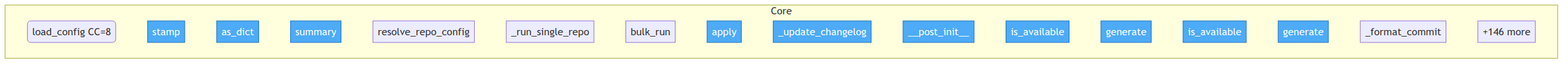
Before: project/flow.png, a diagram exported from Mermaid (semcod/taskill). Its source is kept beside it as project/flow.mmd.
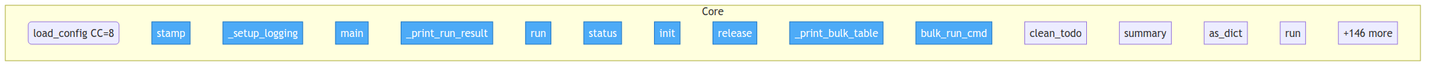
The same diagram one commit later.

What changed in the source:
```diff
@@ -5,20 +5,20 @@
     subgraph Core
         src__taskill__config__load_config("load_config CC=8")
         src__taskill__state__TaskillState__stamp["stamp"]
-        src__taskill__bulk__BulkResult__as_dict["as_dict"]
-        src__taskill__bulk__BulkResult__summary["summary"]
-        src__taskill__bulk__resolve_repo_config["resolve_repo_config"]
-        src__taskill__bulk___run_single_repo["_run_single_repo"]
-        src__taskill__bulk__bulk_run["bulk_run"]
-        src__taskill__updaters__changelog__ChangelogUpdater__apply["apply"]
-        src__taskill__updaters__changelog__ChangelogUpdater___update_changelog["_update_changelog"]
-        src__taskill__providers__base__GeneratedDocs____post_init__["__post_init__"]
-        src__taskill__providers__base__Provider__is_available["is_available"]
-        src__taskill__providers__base__Provider__generate["generate"]
-        src__taskill__providers__algorithmic__AlgorithmicProvider__is_available["is_available"]
-        src__taskill__providers__algorithmic__AlgorithmicProvider__generate["generate"]
-        src__taskill__providers__algorithmic__AlgorithmicProvider___format_commit["_format_commit"]
+        src__taskill__cli___setup_logging["_setup_logging"]
+        src__taskill__cli__main["main"]
+        src__taskill__cli___print_run_result["_print_run_result"]
+        src__taskill__cli__run["run"]
+        src__taskill__cli__status["status"]
+        src__taskill__cli__init["init"]
+        src__taskill__cli__release["release"]
+        src__taskill__cli___print_bulk_table["_print_bulk_table"]
+        src__taskill__cli__bulk_run_cmd["bulk_run_cmd"]
+        src__taskill__cli__clean_todo["clean_todo"]
+        src__taskill__triggers__TriggerEvaluation__summary["summary"]
+        src__taskill__core__TaskillResult__as_dict["as_dict"]
+        src__taskill__core__Taskill__run["run"]
         ...["+146 more"]
     end
 
-    class src__taskill__state__TaskillState__stamp,src__taskill__bulk__BulkResult__as_dict,src__taskill__bulk__BulkResult__summary,src__taskill__updaters__changelog__ChangelogUpdater__apply,src__taskill__updaters__changelog__ChangelogUpdater___update_changelog,src__taskill__providers__base__GeneratedDocs____post_init__,src__taskill__providers__base__Provider__is_available,src__taskill__providers__base__Provider__generate,src__taskill__providers__algorithmic__AlgorithmicProvider__is_available,src__taskill__providers__algorithmic__AlgorithmicProvider__generate entry
+    class src__taskill__state__TaskillState__stamp,src__taskill__cli___setup_logging,src__taskill__cli__main,src__taskill__cli___print_run_result,src__taskill__cli__run,src__taskill__cli__status,src__taskill__cli__init,src__taskill__cli__release,src__taskill__cli___print_bulk_table,src__taskill__cli__bulk_run_cmd entry
```
